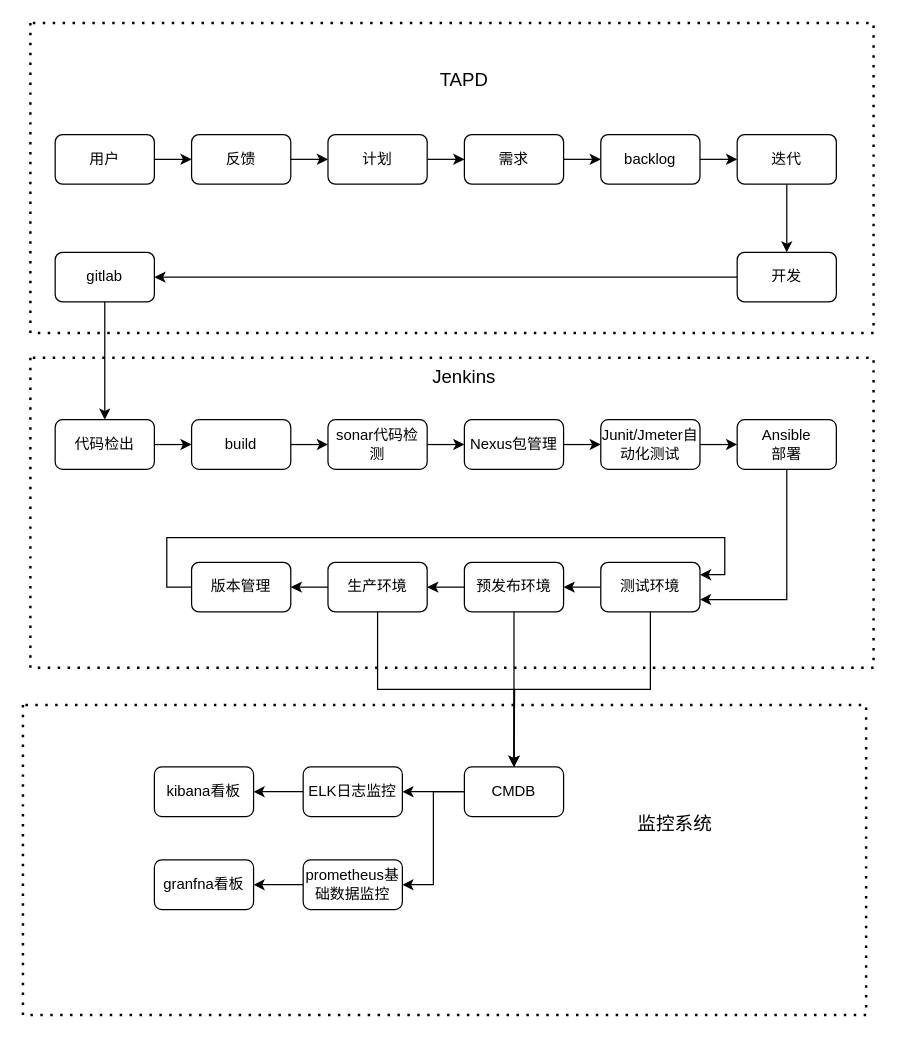
This is taodjenkins_lluoji.drawio from Henryblankwu/untitled7, a draw.io file, before an edit. Source tidied: cells renumbered, new cells numbered last; positions are measured from the earlier drawing's top-left corner, leaving out a move shared by most shapes. Both pictures are drawn from the tidied source at 124%, with x=0, y=0 at pixel (22, 22).
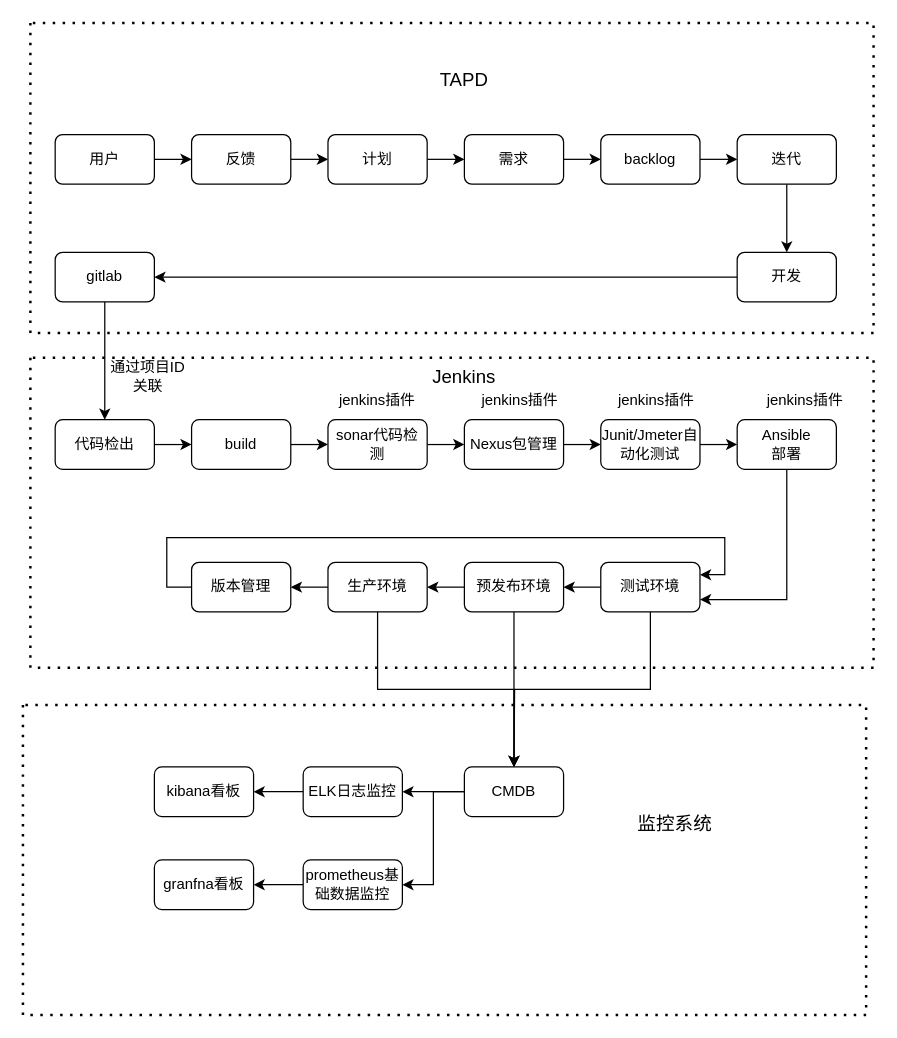
Above is the later version.

The edit, as a diff of the source:
```diff
@@
+    <mxCell id="56" value="jenkins插件" style="text;html=1;strokeColor=none;fillColor=none;align=center;verticalAlign=middle;whiteSpace=wrap;rounded=0;" parent="1" vertex="1">
+      <mxGeometry x="596" y="290" width="70" height="30" as="geometry" />
+    </mxCell>
+    <mxCell id="57" value="通过项目ID关联" style="text;html=1;strokeColor=none;fillColor=none;align=center;verticalAlign=middle;whiteSpace=wrap;rounded=0;" parent="1" vertex="1">
+      <mxGeometry x="66" y="270" width="70" height="30" as="geometry" />
+    </mxCell>
+    <mxCell id="58" value="jenkins插件" style="text;html=1;strokeColor=none;fillColor=none;align=center;verticalAlign=middle;whiteSpace=wrap;rounded=0;" parent="1" vertex="1">
+      <mxGeometry x="476" y="290" width="70" height="30" as="geometry" />
+    </mxCell>
+    <mxCell id="59" value="jenkins插件" style="text;html=1;strokeColor=none;fillColor=none;align=center;verticalAlign=middle;whiteSpace=wrap;rounded=0;" parent="1" vertex="1">
+      <mxGeometry x="366" y="290" width="70" height="30" as="geometry" />
+    </mxCell>
+    <mxCell id="60" value="jenkins插件" style="text;html=1;strokeColor=none;fillColor=none;align=center;verticalAlign=middle;whiteSpace=wrap;rounded=0;" parent="1" vertex="1">
+      <mxGeometry x="251" y="290" width="70" height="30" as="geometry" />
+    </mxCell>
```
